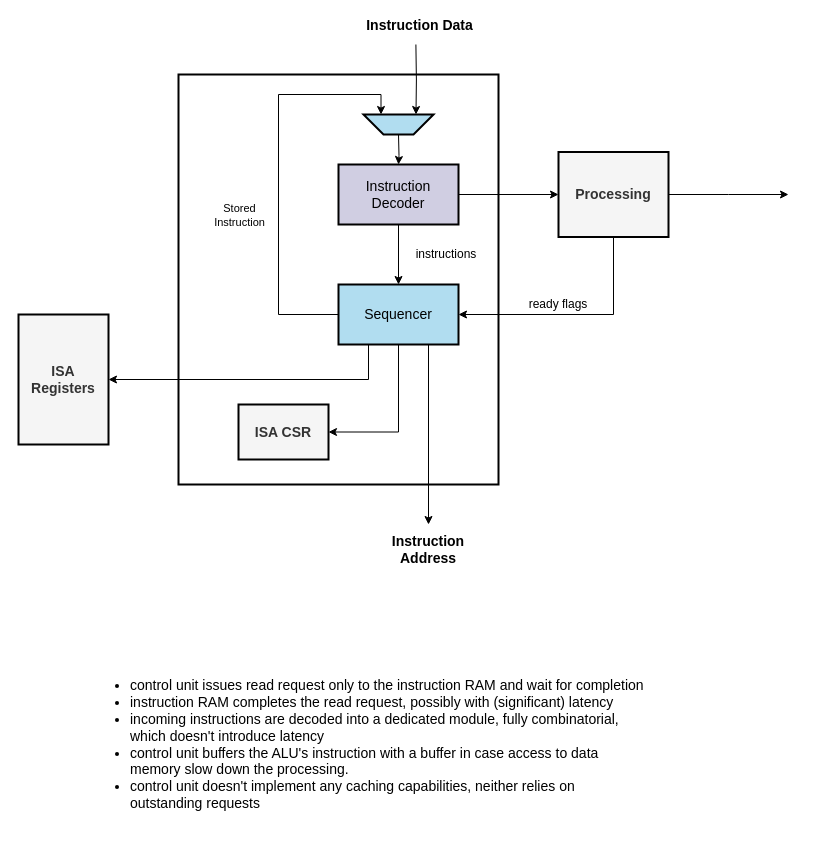
Above: page "APB Control Unit" (2 of 6) of doc/friscv.drawio in dpretet/friscv (draw.io), before the change. Source tidied: cells renumbered, new cells numbered last; positions are measured from the earlier drawing's top-left corner, leaving out a move shared by most shapes. Both pictures are drawn from the tidied source at 100%, with x=0, y=0 at pixel (18, 44).
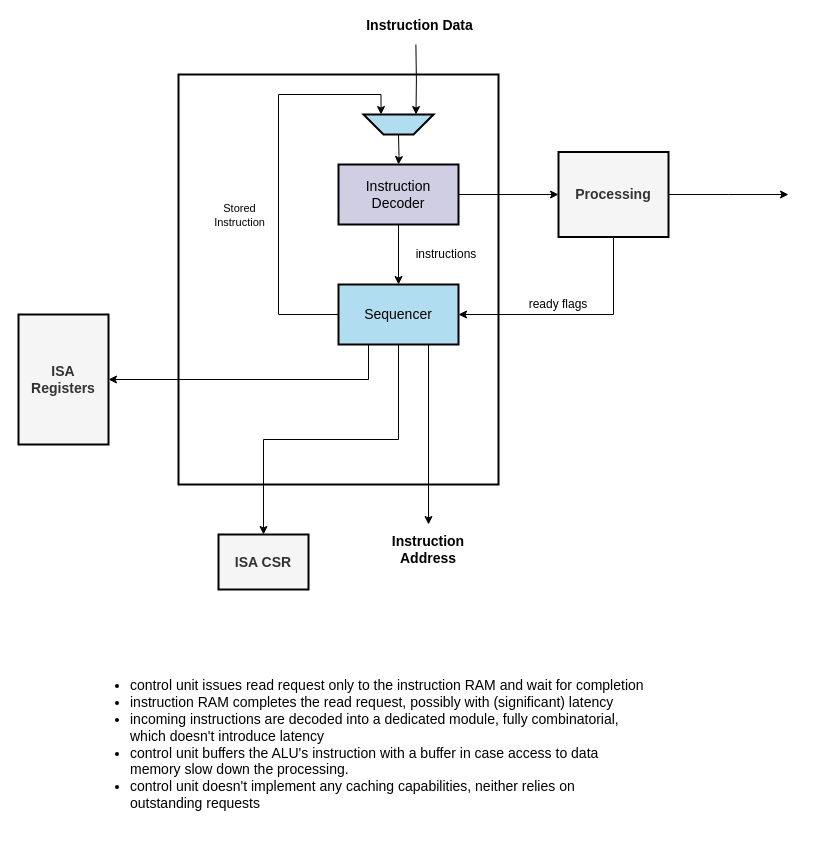
The same diagram, later.

Unchanged cells that the change refers to:
```xml
<mxCell id="11" value="Sequencer" style="rounded=0;whiteSpace=wrap;html=1;fillColor=#b1ddf0;strokeWidth=2;fontSize=14;" parent="1" vertex="1">
  <mxGeometry x="320" y="240" width="120" height="60" as="geometry" />
</mxCell>
```

The edit, as a diff of the source:
```diff
@@
-    <mxCell id="9" style="edgeStyle=orthogonalEdgeStyle;rounded=0;jettySize=auto;html=1;exitX=0.5;exitY=1;exitDx=0;exitDy=0;entryX=1;entryY=0.5;entryDx=0;entryDy=0;" parent="1" edge="1" source="11" target="24">
+    <mxCell id="9" style="edgeStyle=orthogonalEdgeStyle;rounded=0;jettySize=auto;html=1;exitX=0.5;exitY=1;exitDx=0;exitDy=0;entryX=0.5;entryY=0;entryDx=0;entryDy=0;" parent="1" edge="1" source="11" target="24">
       <mxGeometry relative="1" as="geometry" />
     </mxCell>
@@
     <mxCell id="24" value="ISA CSR" style="rounded=0;whiteSpace=wrap;html=1;fillColor=#f5f5f5;fontColor=#333333;fontSize=14;fontStyle=1;strokeWidth=2;" parent="1" vertex="1">
-      <mxGeometry x="220" y="360" width="90" height="55" as="geometry" />
+      <mxGeometry x="200" y="490" width="90" height="55" as="geometry" />
     </mxCell>
```
